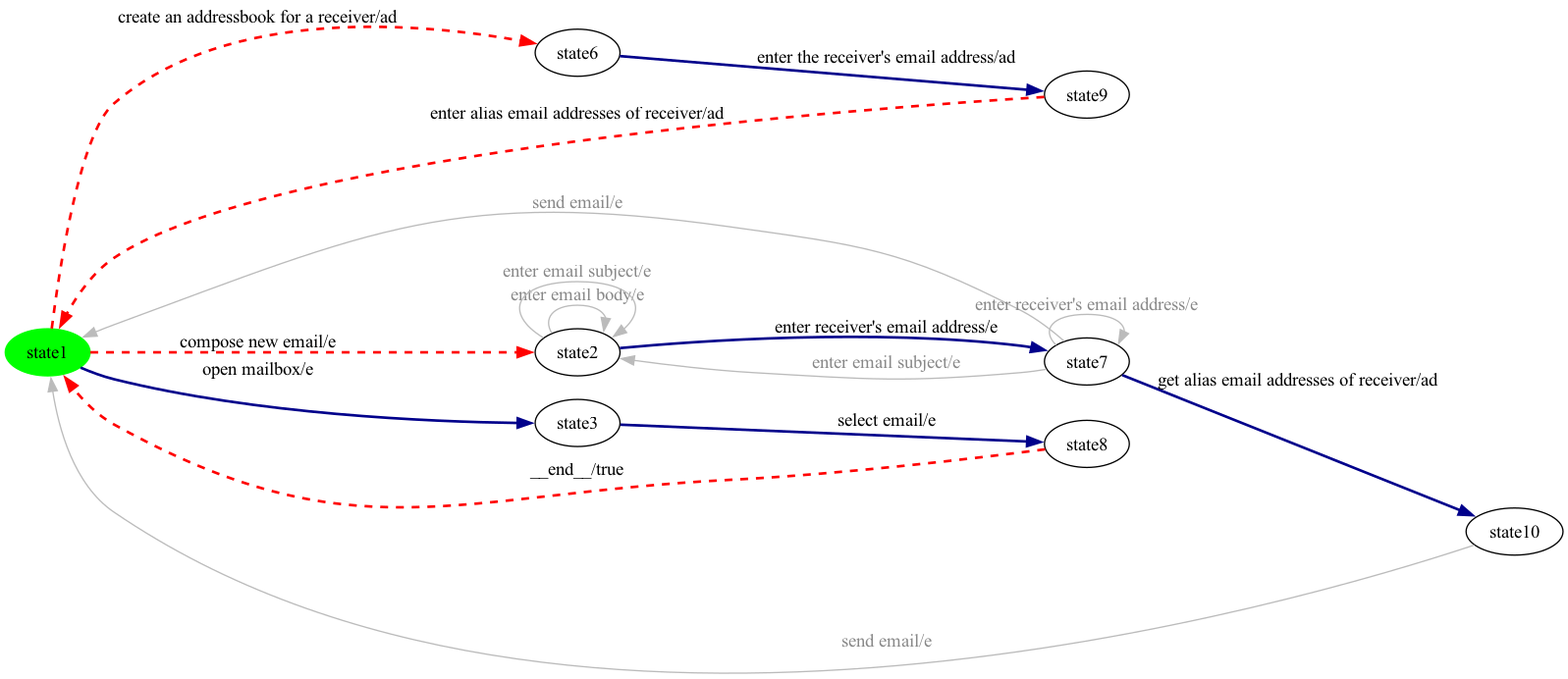
dilekozturk93/vibes keeps this Graphviz diagram as milestone-reports/per-product-all-states/eMail/eMail-product2-walk.png. Above is the earlier version. Its source is kept beside it as milestone-reports/per-product-all-states/eMail/eMail-product2-walk.dot. The source it was exported from:
```dot
digraph G {
rankdir=LR;
state0[ label = "state1", style=filled, color=green ];
state1 [ label = "state9" ];
state2 [ label = "state6" ];
state3 [ label = "state8" ];
state4 [ label = "state7" ];
state5 [ label = "state10" ];
state6 [ label = "state2" ];
state7 [ label = "state3" ];
state4 -> state0 [ label=" send email/e ", color="#bbbbbb", fontcolor="#888888" ];
state1 -> state0 [ label=" enter alias email addresses of receiver/ad ", style=dashed, color=red, penwidth=2 ];
state7 -> state3 [ label=" select email/e ", style=bold, color=darkblue, penwidth=2 ];
state6 -> state4 [ label=" enter receiver's email address/e ", style=bold, color=darkblue, penwidth=2 ];
state4 -> state6 [ label=" enter email subject/e ", color="#bbbbbb", fontcolor="#888888" ];
state3 -> state0 [ label=" __end__/true ", style=dashed, color=red, penwidth=2 ];
state0 -> state7 [ label=" open mailbox/e ", style=bold, color=darkblue, penwidth=2 ];
state0 -> state2 [ label=" create an addressbook for a receiver/ad ", style=dashed, color=red, penwidth=2 ];
state0 -> state6 [ label=" compose new email/e ", style=dashed, color=red, penwidth=2 ];
state6 -> state6 [ label=" enter email body/e ", color="#bbbbbb", fontcolor="#888888" ];
state6 -> state6 [ label=" enter email subject/e ", color="#bbbbbb", fontcolor="#888888" ];
state5 -> state0 [ label=" send email/e ", color="#bbbbbb", fontcolor="#888888" ];
state2 -> state1 [ label=" enter the receiver's email address/ad ", style=bold, color=darkblue, penwidth=2 ];
state4 -> state4 [ label=" enter receiver's email address/e ", color="#bbbbbb", fontcolor="#888888" ];
state4 -> state5 [ label=" get alias email addresses of receiver/ad ", style=bold, color=darkblue, penwidth=2 ];
}
```
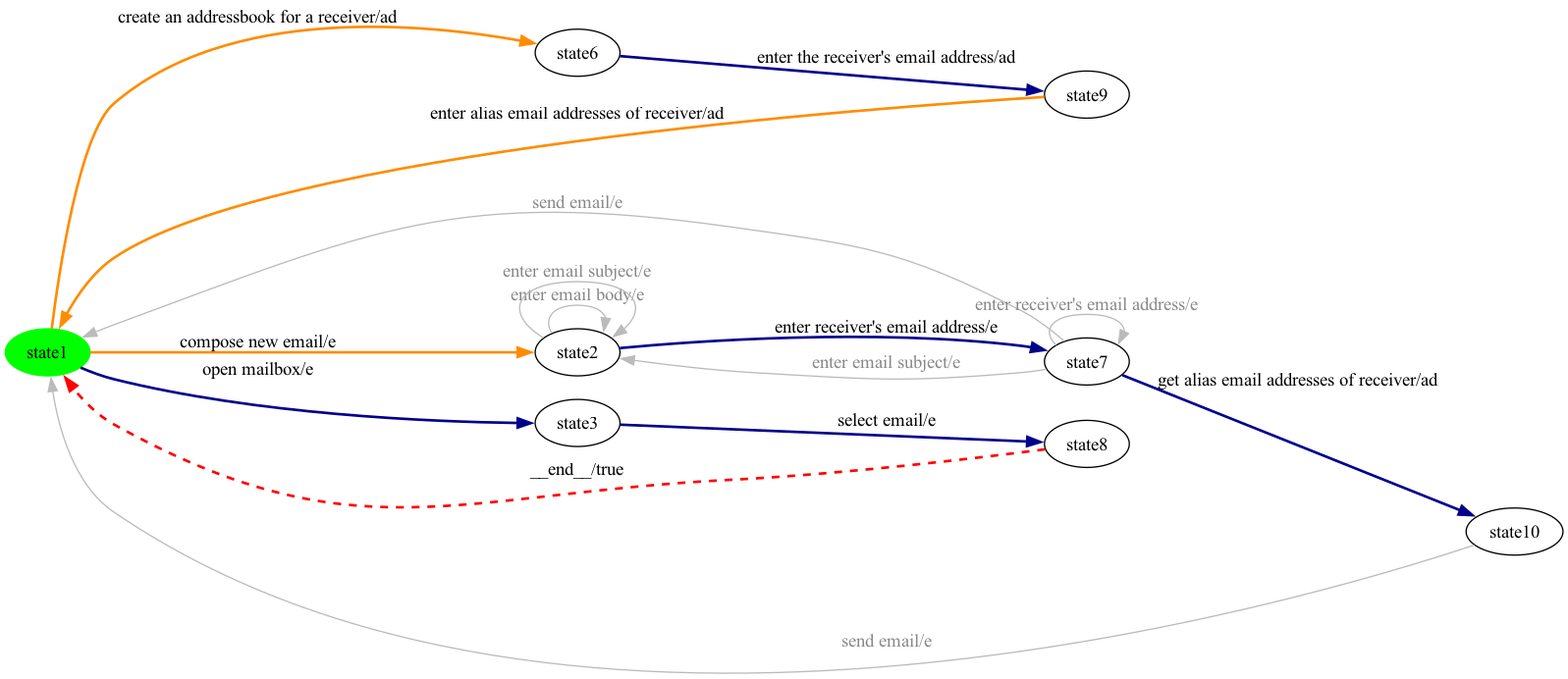
After the change.

The edit, as a diff of the source:
```diff
@@ -9,14 +9,14 @@
 state6 [ label = "state2" ];
 state7 [ label = "state3" ];
 state4 -> state0 [ label=" send email/e ", color="#bbbbbb", fontcolor="#888888" ];
-state1 -> state0 [ label=" enter alias email addresses of receiver/ad ", style=dashed, color=red, penwidth=2 ];
+state1 -> state0 [ label=" enter alias email addresses of receiver/ad ", style=bold, color=darkorange, penwidth=2 ];
 state7 -> state3 [ label=" select email/e ", style=bold, color=darkblue, penwidth=2 ];
 state6 -> state4 [ label=" enter receiver's email address/e ", style=bold, color=darkblue, penwidth=2 ];
 state4 -> state6 [ label=" enter email subject/e ", color="#bbbbbb", fontcolor="#888888" ];
 state3 -> state0 [ label=" __end__/true ", style=dashed, color=red, penwidth=2 ];
 state0 -> state7 [ label=" open mailbox/e ", style=bold, color=darkblue, penwidth=2 ];
-state0 -> state2 [ label=" create an addressbook for a receiver/ad ", style=dashed, color=red, penwidth=2 ];
-state0 -> state6 [ label=" compose new email/e ", style=dashed, color=red, penwidth=2 ];
+state0 -> state2 [ label=" create an addressbook for a receiver/ad ", style=bold, color=darkorange, penwidth=2 ];
+state0 -> state6 [ label=" compose new email/e ", style=bold, color=darkorange, penwidth=2 ];
 state6 -> state6 [ label=" enter email body/e ", color="#bbbbbb", fontcolor="#888888" ];
 state6 -> state6 [ label=" enter email subject/e ", color="#bbbbbb", fontcolor="#888888" ];
 state5 -> state0 [ label=" send email/e ", color="#bbbbbb", fontcolor="#888888" ];
```
